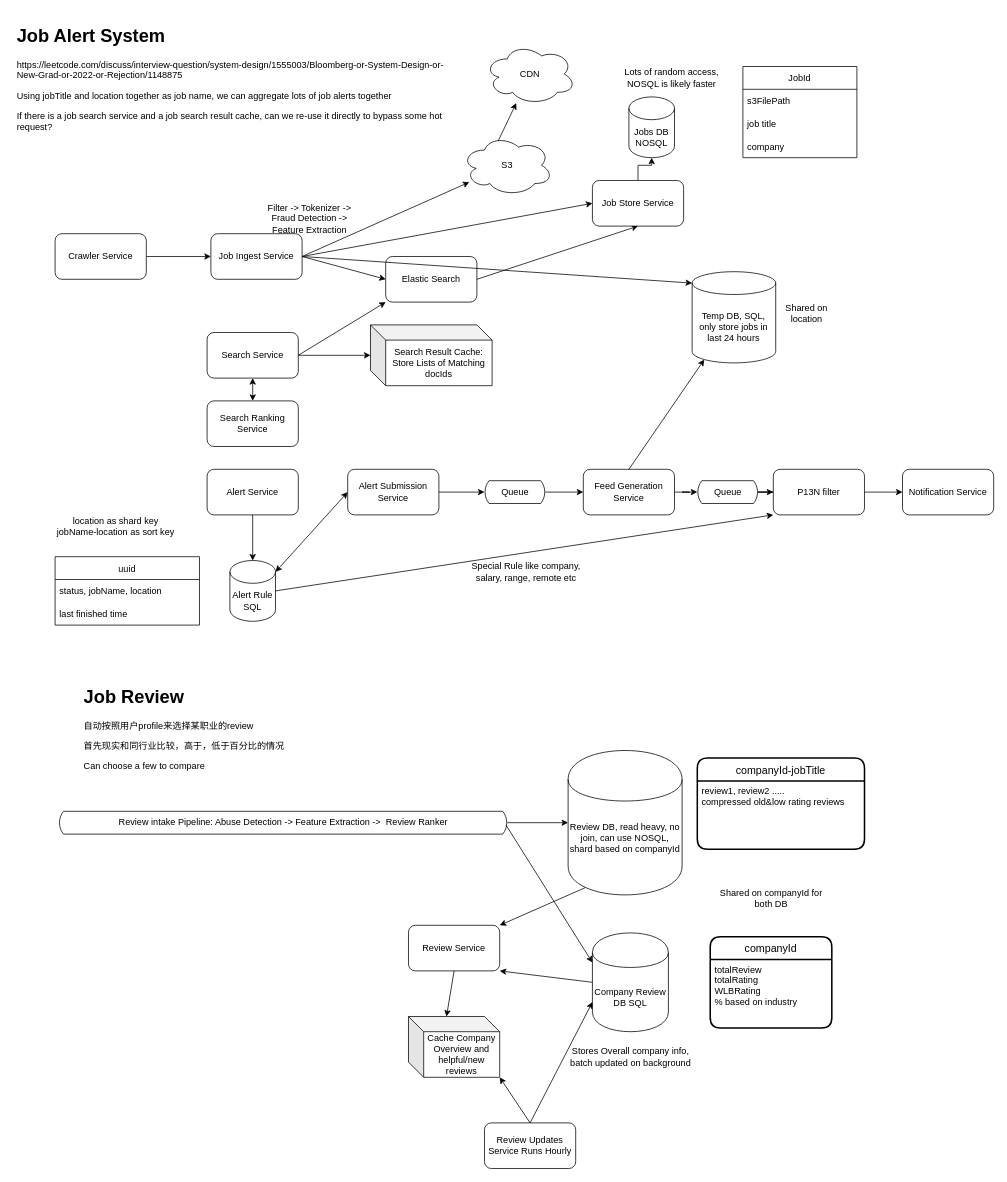
Before: System Design Diagrams/Job Alert Diagram.drawio in zyy890316/CS-Notes, a draw.io diagram. Source tidied: cells renumbered, new cells numbered last; positions are measured from the earlier drawing's top-left corner, leaving out a move shared by most shapes. Both pictures are drawn from the tidied source at 76%, with x=0, y=0 at pixel (13, 21).
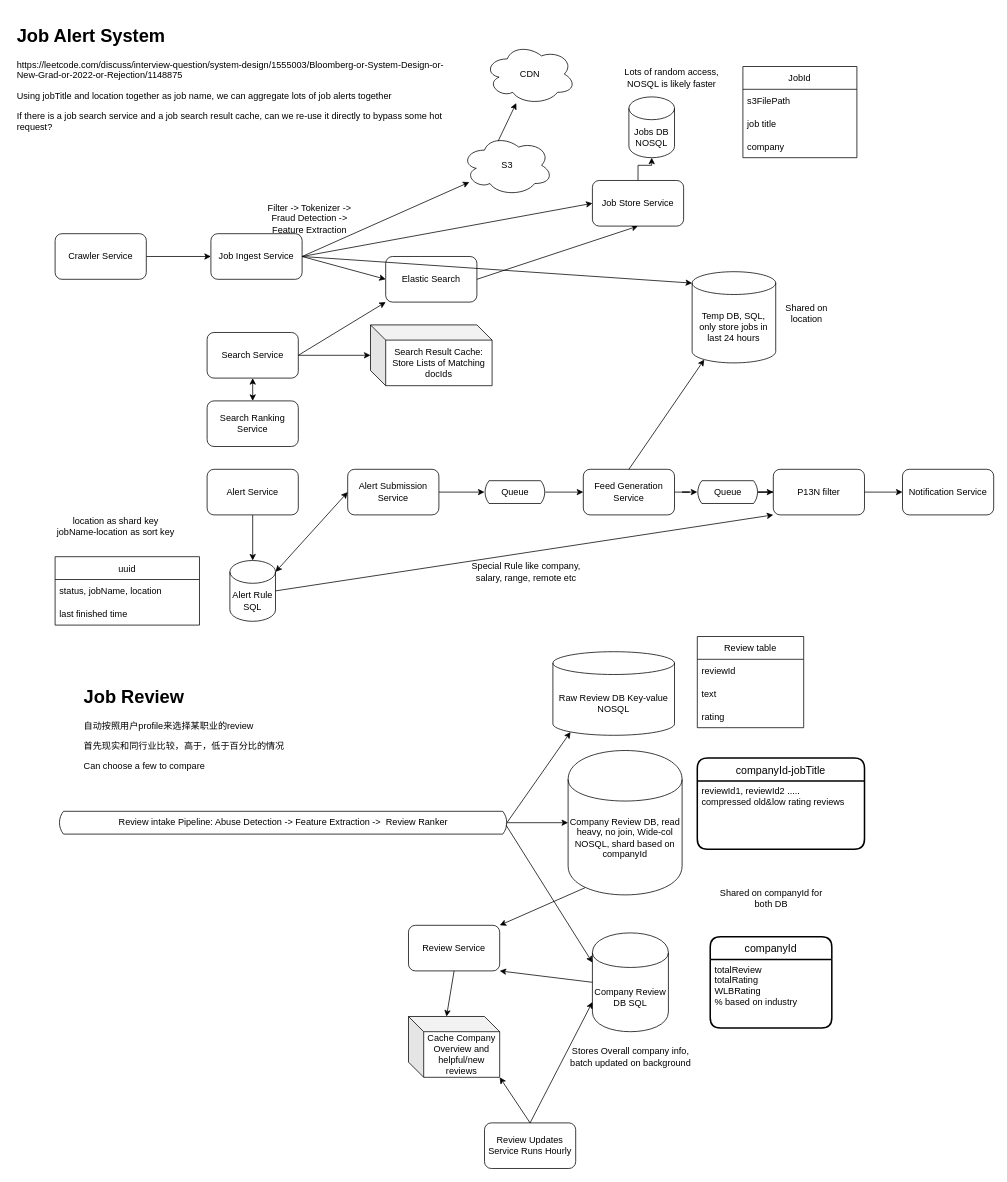
After the change.

Unchanged cells that the change refers to:
```xml
<mxCell id="44" value="Review intake Pipeline: Abuse Detection -&amp;gt; Feature Extraction -&amp;gt;&amp;nbsp; Review Ranker" style="html=1;dashed=0;whitespace=wrap;shape=mxgraph.dfd.loop;" parent="1" vertex="1">
  <mxGeometry x="60" y="1040" width="590" height="30" as="geometry" />
</mxCell>
<mxCell id="50" value="companyId-jobTitle" style="swimlane;horizontal=1;startSize=30;rounded=1;fontSize=14;fontStyle=0;strokeWidth=2;shadow=0;dashed=0;align=center;" parent="1" vertex="1">
  <mxGeometry x="900" y="970" width="220" height="120" as="geometry" />
</mxCell>
```

What changed in the source:
```diff
@@
-    <mxCell id="45" value="Review DB, read heavy, no join, can use NOSQL, shard based on companyId" style="shape=cylinder;whiteSpace=wrap;html=1;boundedLbl=1;backgroundOutline=1;" parent="1" vertex="1">
+    <mxCell id="45" value="Company Review DB, read heavy, no join, Wide-col NOSQL, shard based on companyId" style="shape=cylinder;whiteSpace=wrap;html=1;boundedLbl=1;backgroundOutline=1;" parent="1" vertex="1">
       <mxGeometry x="730" y="960" width="150" height="190" as="geometry" />
     </mxCell>
@@
-    <mxCell id="51" value="review1, review2 .....&#10;compressed old&amp;low rating reviews" style="align=left;strokeColor=none;fillColor=none;spacingLeft=4;fontSize=12;verticalAlign=top;" parent="50" vertex="1">
+    <mxCell id="51" value="reviewId1, reviewId2 .....&#10;compressed old&amp;low rating reviews" style="align=left;strokeColor=none;fillColor=none;spacingLeft=4;fontSize=12;verticalAlign=top;" parent="50" vertex="1">
       <mxGeometry y="30" width="220" height="90" as="geometry" />
     </mxCell>
@@
+    <mxCell id="74" value="Raw Review DB Key-value NOSQL" style="shape=cylinder3;whiteSpace=wrap;html=1;boundedLbl=1;backgroundOutline=1;size=15;" parent="1" vertex="1">
+      <mxGeometry x="710" y="830" width="160" height="110" as="geometry" />
+    </mxCell>
+    <mxCell id="75" style="endArrow=classic;html=1;rounded=0;exitX=0.998;exitY=0.533;exitDx=0;exitDy=0;exitPerimeter=0;entryX=0.145;entryY=1;entryDx=0;entryDy=-4.35;entryPerimeter=0;" parent="1" edge="1" source="44" target="74">
+      <mxGeometry relative="1" as="geometry" />
+    </mxCell>
+    <mxCell id="76" value="Review table" style="swimlane;fontStyle=0;horizontal=1;startSize=30;" parent="1" vertex="1">
+      <mxGeometry x="900" y="810" width="140" height="120" as="geometry" />
+    </mxCell>
+    <mxCell id="77" value="reviewId" style="text;strokeColor=none;fillColor=none;align=left;verticalAlign=middle;spacingLeft=4;spacingRight=4;overflow=hidden;" parent="76" vertex="1">
+      <mxGeometry y="30" width="140" height="30" as="geometry" />
+    </mxCell>
+    <mxCell id="78" value="text" style="text;strokeColor=none;fillColor=none;align=left;verticalAlign=middle;spacingLeft=4;spacingRight=4;overflow=hidden;" parent="76" vertex="1">
+      <mxGeometry y="60" width="140" height="30" as="geometry" />
+    </mxCell>
+    <mxCell id="79" value="rating" style="text;strokeColor=none;fillColor=none;align=left;verticalAlign=middle;spacingLeft=4;spacingRight=4;overflow=hidden;" parent="76" vertex="1">
+      <mxGeometry y="90" width="140" height="30" as="geometry" />
+    </mxCell>
```
